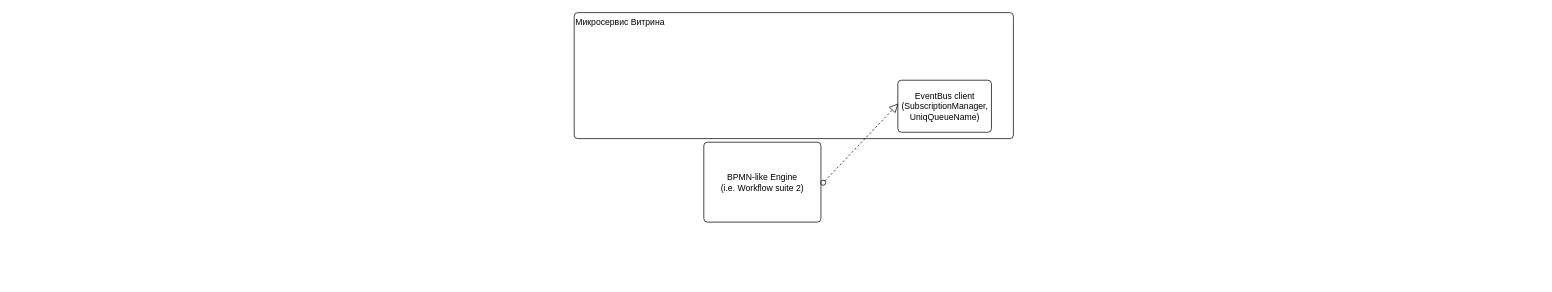
The draw.io diagram page "Проработка микросервиса" (5 of 5) of ExpApiSchematics.drawio in jwkig/expApi, before the edit. Source tidied: cells renumbered, new cells numbered last; positions are measured from the earlier drawing's top-left corner, leaving out a move shared by most shapes. Both pictures are drawn from the tidied source at 72%, with x=0, y=0 at pixel (574, 12).
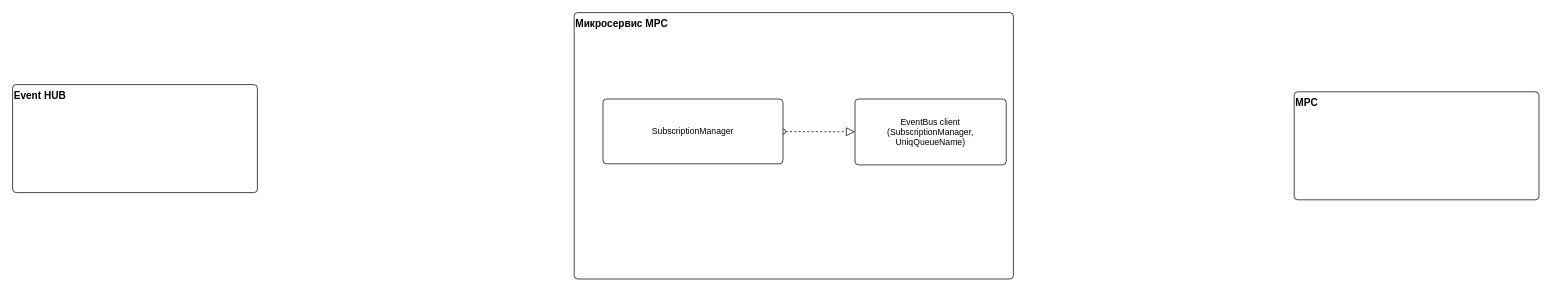
The same diagram, later.

Change to the diagram source:
```diff
@@
 <mxGraphModel>
   <root>
     <mxCell id="0" />
     <mxCell id="1" parent="0" />
-    <mxCell id="2" value="Микросервис Витрина" style="rounded=1;absoluteArcSize=1;html=1;arcSize=10;verticalAlign=top;align=left;" parent="1" vertex="1">
-      <mxGeometry width="610" height="175" as="geometry" />
+    <mxCell id="2" value="Микросервис MPC" style="rounded=1;absoluteArcSize=1;html=1;arcSize=10;verticalAlign=top;align=left;fontSize=14;fontStyle=1;" parent="1" vertex="1">
+      <mxGeometry width="610" height="370" as="geometry" />
     </mxCell>
     <mxCell id="3" style="html=1;shape=mxgraph.er.anchor;whiteSpace=wrap;" parent="2" vertex="1">
-      <mxGeometry width="600" height="175" as="geometry" />
+      <mxGeometry width="600" height="370" as="geometry" />
     </mxCell>
+    <mxCell id="6" style="startArrow=oval;startFill=0;startSize=7;endArrow=block;endFill=0;endSize=10;dashed=1;html=1;" parent="2" edge="1" source="5" target="4">
+      <mxGeometry relative="1" as="geometry" />
+    </mxCell>
+    <mxCell id="5" value="SubscriptionManager" style="rounded=1;absoluteArcSize=1;html=1;arcSize=10;whiteSpace=wrap;points=[];strokeColor=inherit;fillColor=inherit;" parent="2" vertex="1">
+      <mxGeometry x="40" y="120" width="250" height="90" as="geometry" />
+    </mxCell>
     <mxCell id="4" value="EventBus client&lt;br&gt;(SubscriptionManager,&lt;br&gt;UniqQueueName)" style="rounded=1;absoluteArcSize=1;html=1;arcSize=10;whiteSpace=wrap;points=[];strokeColor=inherit;fillColor=inherit;" parent="2" vertex="1">
-      <mxGeometry x="449.5" y="93.9" width="130" height="72.3" as="geometry" />
+      <mxGeometry x="390" y="120" width="210" height="91.5" as="geometry" />
     </mxCell>
-    <mxCell id="5" value="BPMN-like Engine&lt;br&gt;(i.e. Workflow suite 2)" style="rounded=1;absoluteArcSize=1;html=1;arcSize=10;whiteSpace=wrap;points=[];strokeColor=inherit;fillColor=inherit;" parent="1" vertex="1">
-      <mxGeometry x="180" y="180" width="162.7" height="111" as="geometry" />
-    </mxCell>
-    <mxCell id="6" style="startArrow=oval;startFill=0;startSize=7;endArrow=block;endFill=0;endSize=10;dashed=1;html=1;exitX=1.019;exitY=0.507;exitDx=0;exitDy=0;exitPerimeter=0;entryX=0.005;entryY=0.449;entryDx=0;entryDy=0;entryPerimeter=0;" parent="1" edge="1" source="5" target="4">
-      <mxGeometry relative="1" as="geometry" />
-    </mxCell>
+    <mxCell id="7" value="MPC" style="rounded=1;absoluteArcSize=1;html=1;arcSize=10;verticalAlign=top;align=left;fontSize=14;fontStyle=1;" parent="1" vertex="1">
+      <mxGeometry x="1000" y="110" width="340" height="150" as="geometry" />
+    </mxCell>
+    <mxCell id="8" style="html=1;shape=mxgraph.er.anchor;whiteSpace=wrap;" parent="7" vertex="1">
+      <mxGeometry width="334.4" height="150" as="geometry" />
+    </mxCell>
+    <mxCell id="9" value="&lt;span style=&quot;font-size: 14px; text-align: center;&quot;&gt;Event HUB&lt;/span&gt;" style="rounded=1;absoluteArcSize=1;html=1;arcSize=10;verticalAlign=top;align=left;fontSize=14;fontStyle=1;" parent="1" vertex="1">
+      <mxGeometry x="-780" y="100" width="340" height="150" as="geometry" />
+    </mxCell>
+    <mxCell id="10" style="html=1;shape=mxgraph.er.anchor;whiteSpace=wrap;" parent="9" vertex="1">
+      <mxGeometry width="334.4" height="150" as="geometry" />
+    </mxCell>
   </root>
 </mxGraphModel>
```
